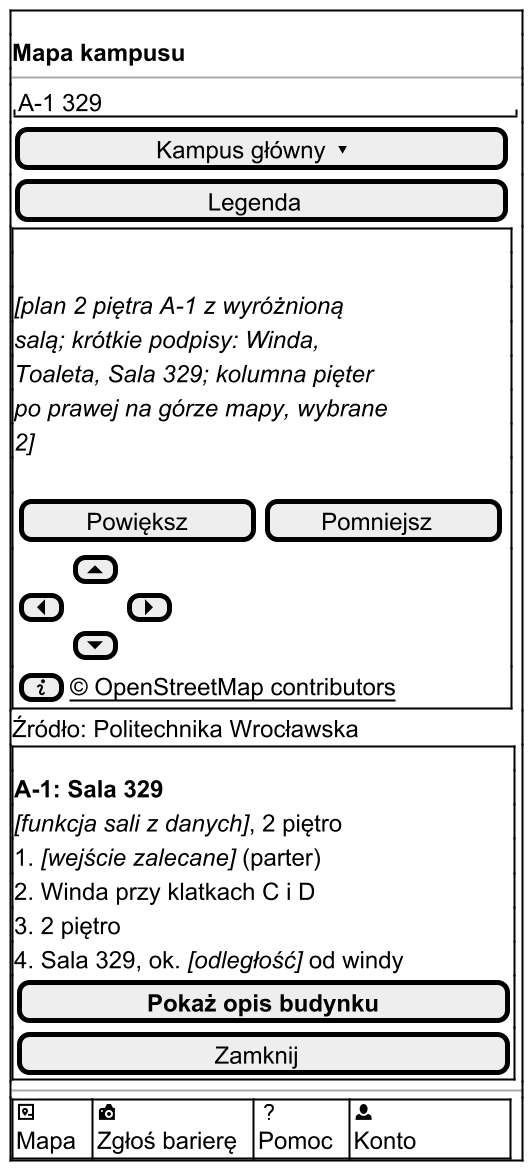
Before: docs/docs/_generated/m-v1-mapa-sala.png, a diagram exported from PlantUML (dostepny-kampus/dostepny-kampus).
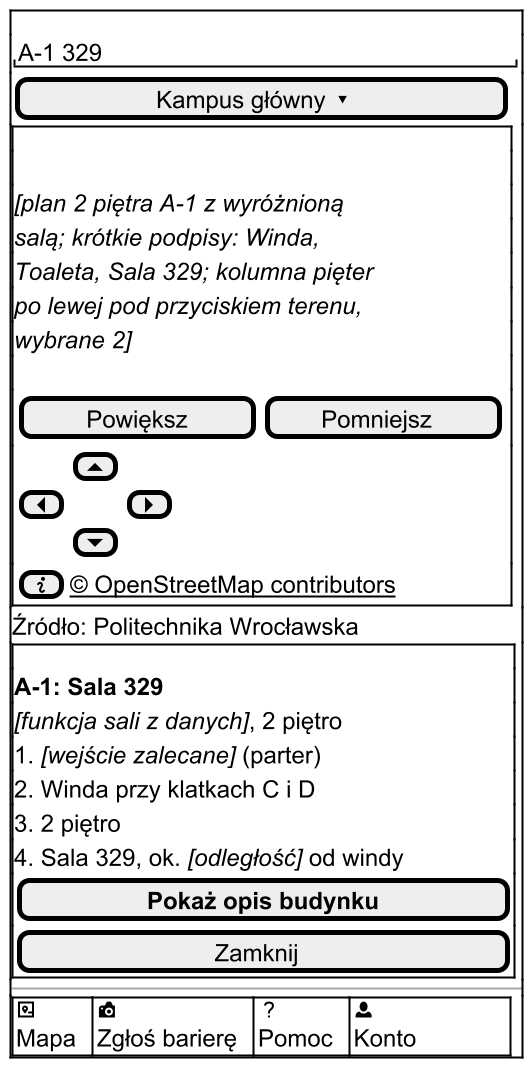
Above is the later version.

What changed in the source:
```diff
@@ -3,11 +3,9 @@
 !include _wspolne.iuml
 !include _odwiedzajacy.iuml
 $ekran_poczatek()
-$naglowek_startowy("Mapa kampusu")
 $pole_tekstowe("A-1 329")
 $przycisk("Kampus główny ▾")
-$przycisk("Legenda")
-$mapa("plan 2 piętra A-1 z wyróżnioną salą; krótkie podpisy: Winda, Toaleta, Sala 329; kolumna pięter po prawej na górze mapy, wybrane 2", "", "info")
+$mapa("plan 2 piętra A-1 z wyróżnioną salą; krótkie podpisy: Winda, Toaleta, Sala 329; kolumna pięter po lewej pod przyciskiem terenu, wybrane 2", "", "info")
 Źródło: Politechnika Wrocławska
 $ramka()
 <b>A-1: Sala 329</b>
```
